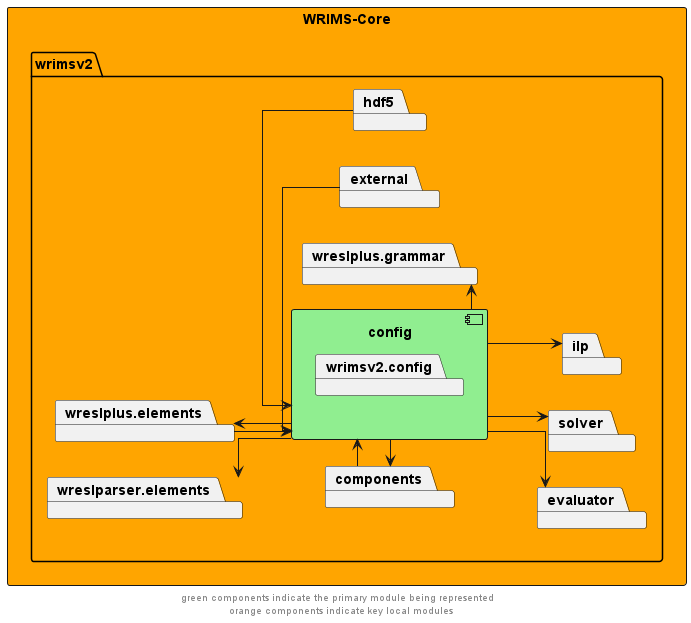
This is docs/diagrams/wrims-core/wrims-core_config.png from CentralValleyModeling/wrims, a PlantUML export, as it was before one commit.
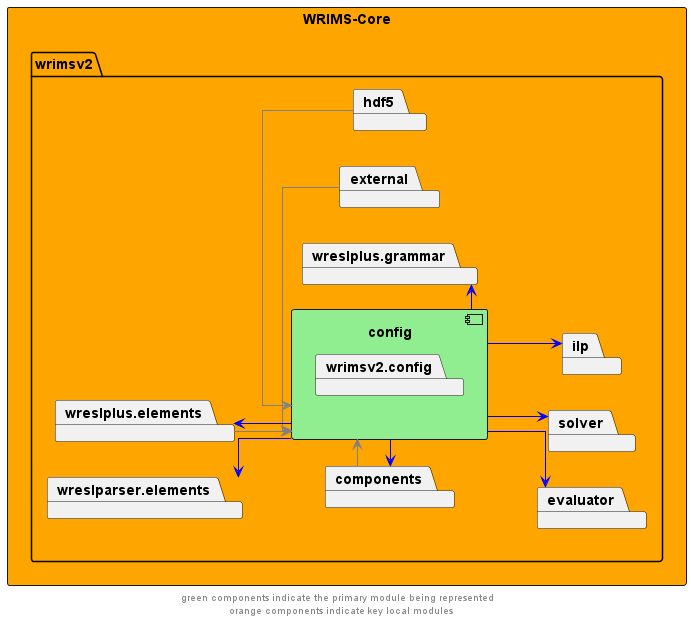
The same file after the commit.

What changed in the source:
```diff
@@ -21,19 +21,19 @@
     }
 }
 
-hdf5 -> config
-external -> config
+hdf5 -> config #grey
+external -> config #grey
 
-config -r-> components
-components --> config
-config -r->  wreslplus.elements
-wreslplus.elements --> config
+config -r-> components #blue
+components --> config #grey
+config -r->  wreslplus.elements #blue
+wreslplus.elements --> config #grey
 
-config -d->  evaluator
-config -d->  ilp
-config -d->  solver
-config -d->  wreslparser.elements
-config -l->  wreslplus.grammar
+config -d->  evaluator #blue
+config -d->  ilp #blue
+config -d->  solver #blue
+config -d->  wreslparser.elements #blue
+config -l->  wreslplus.grammar #blue
 
 config -r[hidden]-> evaluator
 components -r[hidden]-> config
```
